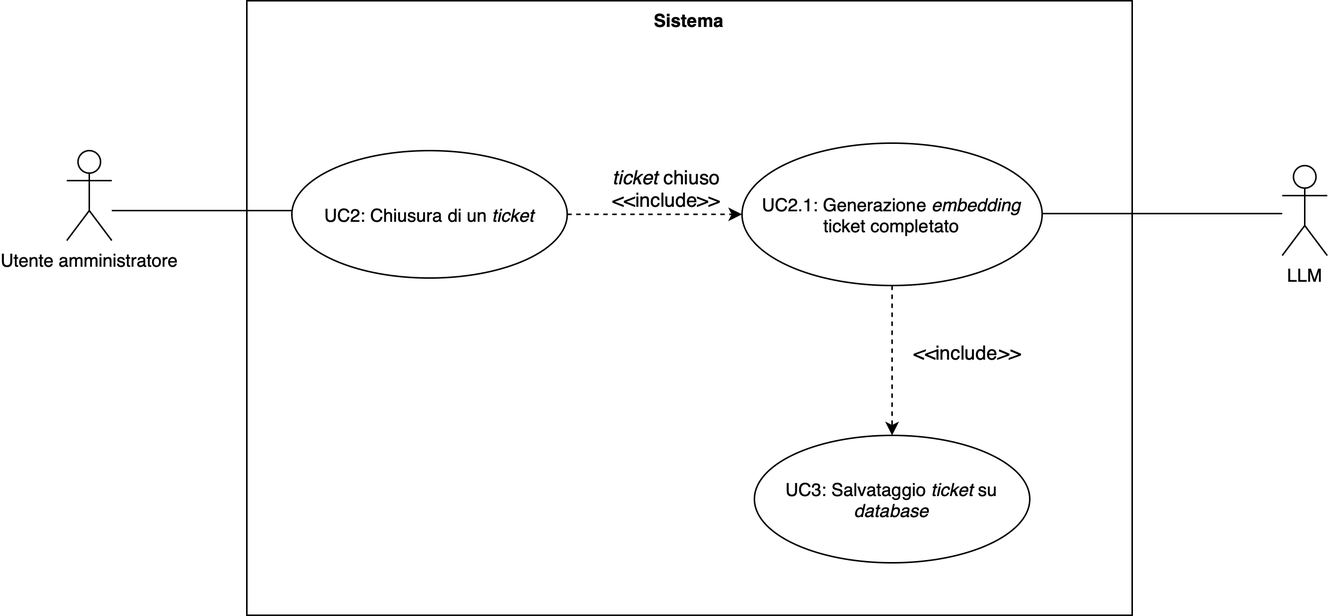
The draw.io diagram images/uc3.png in EndyXVIII/thesis-unipd, before a commit. Source tidied: cells renumbered, new cells last; positions are measured from the earlier drawing's top-left corner, leaving out a move shared by most shapes.
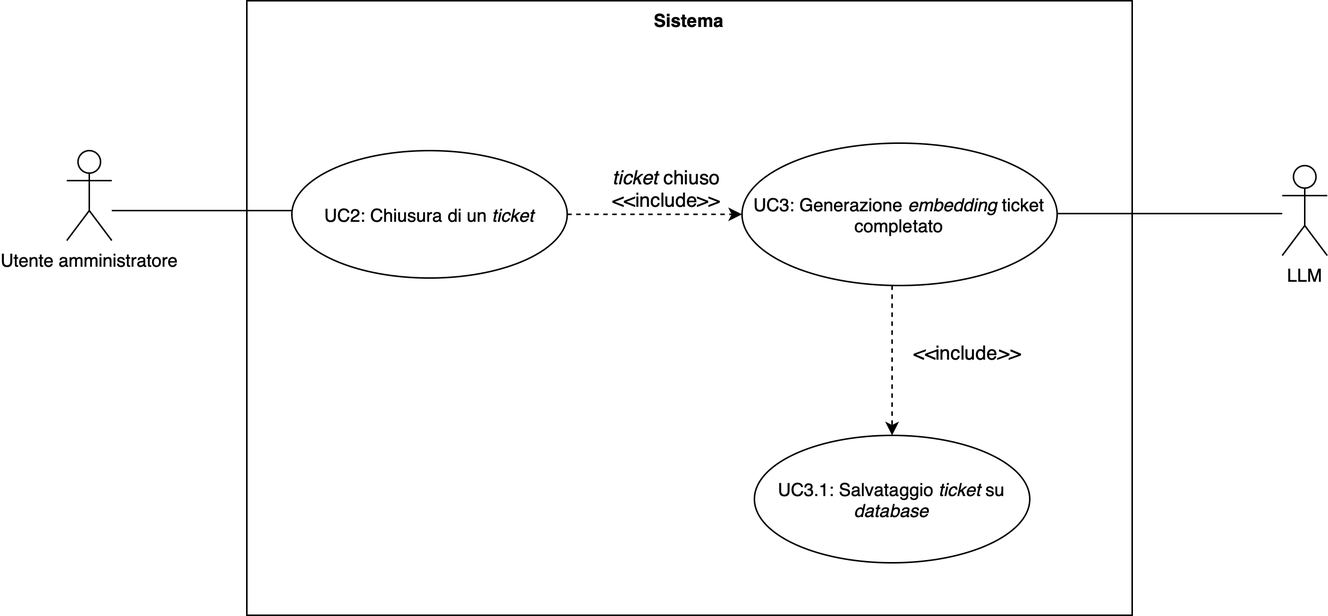
After the commit.

Commit message:
fix: correzzione finale

What changed in the source:
```diff
@@ -15,12 +15,17 @@
       <mxGeometry x="150" y="100" width="183.5" height="85" as="geometry" />
     </mxCell>
     <mxCell id="6" style="edgeStyle=orthogonalEdgeStyle;rounded=0;jettySize=auto;html=1;dashed=1;" parent="1" edge="1" source="7" target="8">
-      <mxGeometry relative="1" as="geometry" />
+      <mxGeometry relative="1" as="geometry">
+        <Array as="points">
+          <mxPoint x="550" y="220" />
+          <mxPoint x="550" y="220" />
+        </Array>
+      </mxGeometry>
     </mxCell>
-    <mxCell id="7" value="UC2.1: Generazione&amp;nbsp;&lt;i&gt;embedding&lt;/i&gt; ticket completato" style="ellipse;whiteSpace=wrap;html=1;" parent="1" vertex="1">
-      <mxGeometry x="450" y="95" width="200" height="95" as="geometry" />
+    <mxCell id="7" value="UC3: Generazione&amp;nbsp;&lt;i&gt;embedding&lt;/i&gt; ticket completato" style="ellipse;whiteSpace=wrap;html=1;" parent="1" vertex="1">
+      <mxGeometry x="450" y="95" width="210" height="95" as="geometry" />
     </mxCell>
-    <mxCell id="8" value="UC3: Salvataggio &lt;i&gt;ticket&lt;/i&gt; su &lt;i&gt;database&lt;/i&gt;" style="ellipse;whiteSpace=wrap;html=1;" parent="1" vertex="1">
+    <mxCell id="8" value="UC3.1&lt;span style=&quot;font-size: 12px;&quot;&gt;: Salvataggio &lt;/span&gt;&lt;i style=&quot;font-size: 12px;&quot;&gt;ticket&lt;/i&gt;&lt;span style=&quot;font-size: 12px;&quot;&gt; su &lt;/span&gt;&lt;i style=&quot;font-size: 12px;&quot;&gt;database&lt;/i&gt;" style="ellipse;whiteSpace=wrap;html=1;" parent="1" vertex="1">
       <mxGeometry x="458.2" y="290" width="183.5" height="85" as="geometry" />
     </mxCell>
     <mxCell id="9" value="&lt;div&gt;LLM&lt;/div&gt;" style="shape=umlActor;verticalLabelPosition=bottom;verticalAlign=top;html=1;" parent="1" vertex="1">
@@ -28,7 +33,7 @@
     </mxCell>
     <mxCell id="10" style="edgeStyle=none;html=1;endArrow=none;verticalAlign=bottom;rounded=0;" parent="1" edge="1">
       <mxGeometry relative="1" as="geometry">
-        <mxPoint x="650" y="142" as="sourcePoint" />
+        <mxPoint x="660" y="142" as="sourcePoint" />
         <mxPoint x="810" y="142" as="targetPoint" />
       </mxGeometry>
     </mxCell>
```
